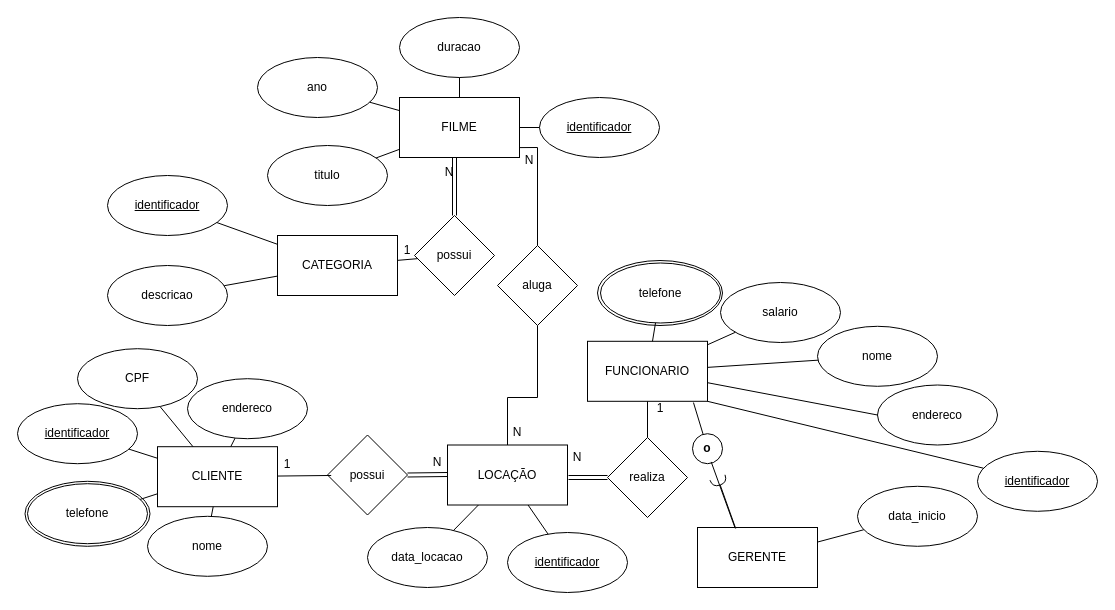
This is LEOBDATV2.drawio from Konitch/Diagram, a draw.io file, before an edit. Source tidied: cells renumbered, new cells numbered last; positions are measured from the earlier drawing's top-left corner, leaving out a move shared by most shapes. Both pictures are drawn from the tidied source at 100%, with x=0, y=0 at pixel (17, 17).
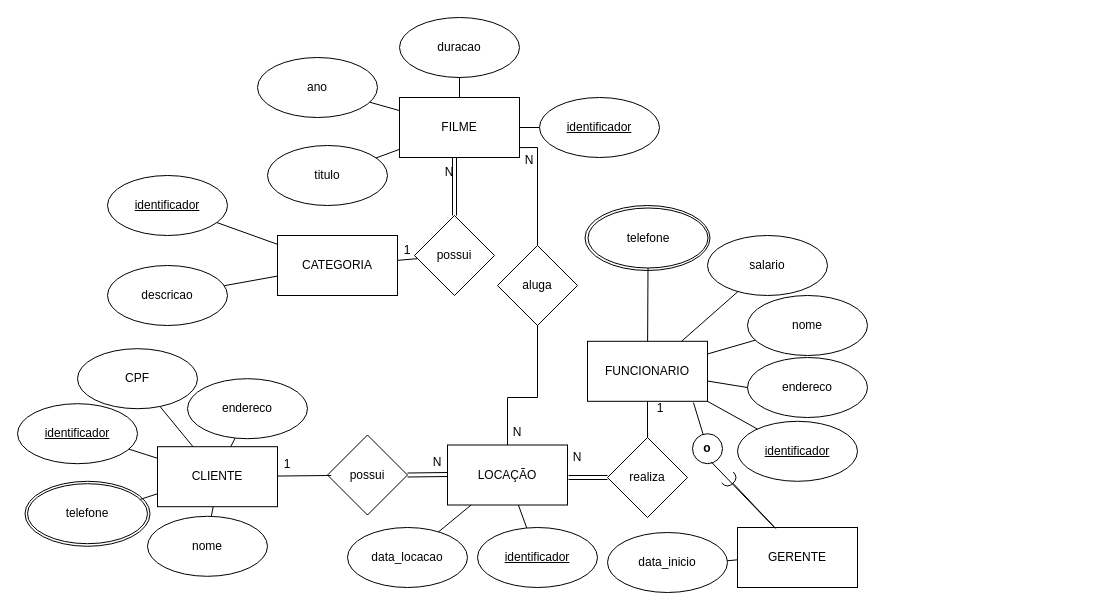
The same page after the edit.

The edit, as a diff of the source:
```diff
@@
     <mxCell id="3" value="GERENTE" style="rounded=0;whiteSpace=wrap;html=1;" parent="1" vertex="1">
-      <mxGeometry x="680" y="510" width="120" height="60" as="geometry" />
+      <mxGeometry x="720" y="510" width="120" height="60" as="geometry" />
     </mxCell>
@@
-    <mxCell id="8" value="salario" style="ellipse;whiteSpace=wrap;html=1;" parent="1" vertex="1">
-      <mxGeometry x="703" y="265" width="120" height="60" as="geometry" />
+    <mxCell id="8" value="salario" style="ellipse;whiteSpace=wrap;html=1;strokeWidth=1;gradientColor=none;fillStyle=auto;" parent="1" vertex="1">
+      <mxGeometry x="690" y="218" width="120" height="60" as="geometry" />
     </mxCell>
     <mxCell id="9" value="&lt;u&gt;identificador&lt;/u&gt;" style="ellipse;whiteSpace=wrap;html=1;" parent="1" vertex="1">
-      <mxGeometry x="960" y="433.8" width="120" height="60" as="geometry" />
+      <mxGeometry x="720" y="403.8" width="120" height="60" as="geometry" />
     </mxCell>
     <mxCell id="10" value="endereco" style="ellipse;whiteSpace=wrap;html=1;" parent="1" vertex="1">
-      <mxGeometry x="860" y="367.5" width="120" height="60" as="geometry" />
+      <mxGeometry x="730" y="340" width="120" height="60" as="geometry" />
     </mxCell>
     <mxCell id="11" value="nome" style="ellipse;whiteSpace=wrap;html=1;" parent="1" vertex="1">
-      <mxGeometry x="800" y="308.8" width="120" height="60" as="geometry" />
+      <mxGeometry x="730" y="278" width="120" height="60" as="geometry" />
     </mxCell>
     <mxCell id="12" style="ellipse;whiteSpace=wrap;html=1;perimeterSpacing=0;" parent="1" vertex="1">
-      <mxGeometry x="580" y="243" width="125" height="65" as="geometry" />
+      <mxGeometry x="567.5" y="188" width="125" height="65" as="geometry" />
     </mxCell>
-    <mxCell id="13" value="telefone" style="ellipse;whiteSpace=wrap;html=1;perimeterSpacing=0;" parent="1" vertex="1">
-      <mxGeometry x="583" y="245.5" width="120" height="60" as="geometry" />
+    <mxCell id="13" value="telefone" style="ellipse;whiteSpace=wrap;html=1;perimeterSpacing=0;gradientColor=none;fillStyle=hatch;" parent="1" vertex="1">
+      <mxGeometry x="570.5" y="190.5" width="120" height="60" as="geometry" />
     </mxCell>
@@
     <mxCell id="20" style="endArrow=halfCircle;html=1;rounded=0;endFill=0;exitX=0.318;exitY=0.015;exitDx=0;exitDy=0;exitPerimeter=0;" parent="1" edge="1" source="3">
       <mxGeometry relative="1" as="geometry">
-        <mxPoint x="700" y="460" as="targetPoint" />
+        <mxPoint x="710" y="460" as="targetPoint" />
       </mxGeometry>
     </mxCell>
@@
     <mxCell id="22" value="data_inicio" style="ellipse;whiteSpace=wrap;html=1;" parent="1" vertex="1">
-      <mxGeometry x="840" y="468.8" width="120" height="60" as="geometry" />
+      <mxGeometry x="590" y="515" width="120" height="60" as="geometry" />
     </mxCell>
@@
     <mxCell id="47" value="&lt;u&gt;identificador&lt;/u&gt;" style="ellipse;whiteSpace=wrap;html=1;" parent="1" vertex="1">
-      <mxGeometry x="490" y="515" width="120" height="60" as="geometry" />
+      <mxGeometry x="460" y="510" width="120" height="60" as="geometry" />
     </mxCell>
     <mxCell id="48" value="data_locacao" style="ellipse;whiteSpace=wrap;html=1;" parent="1" vertex="1">
-      <mxGeometry x="350" y="510" width="120" height="60" as="geometry" />
+      <mxGeometry x="330" y="510" width="120" height="60" as="geometry" />
     </mxCell>
```
